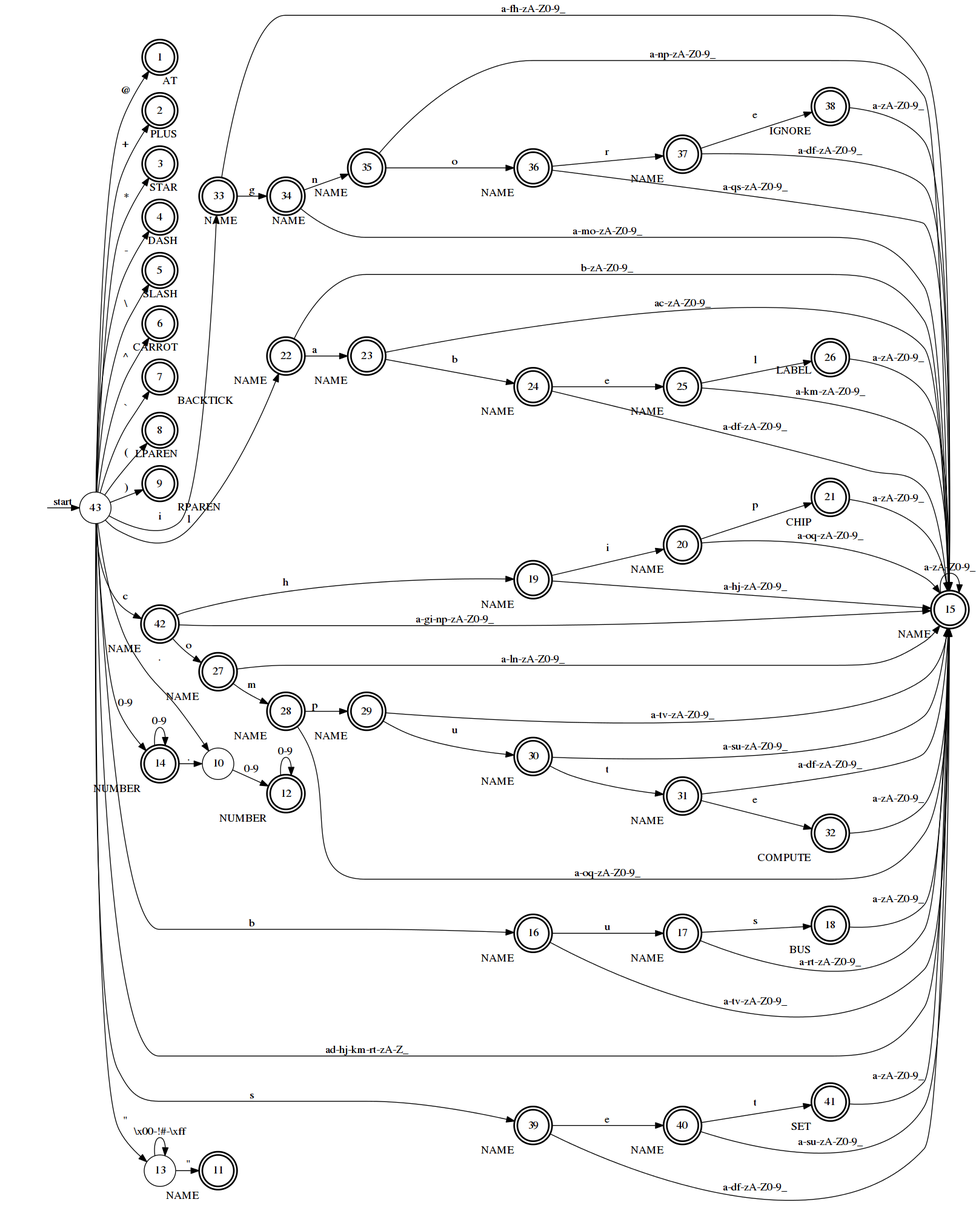
Earlier version of the Graphviz export hackthology/content/images/dfa.png (timtadh/hackthology). Its source is kept beside it as hackthology/content/images/dfa.dot.
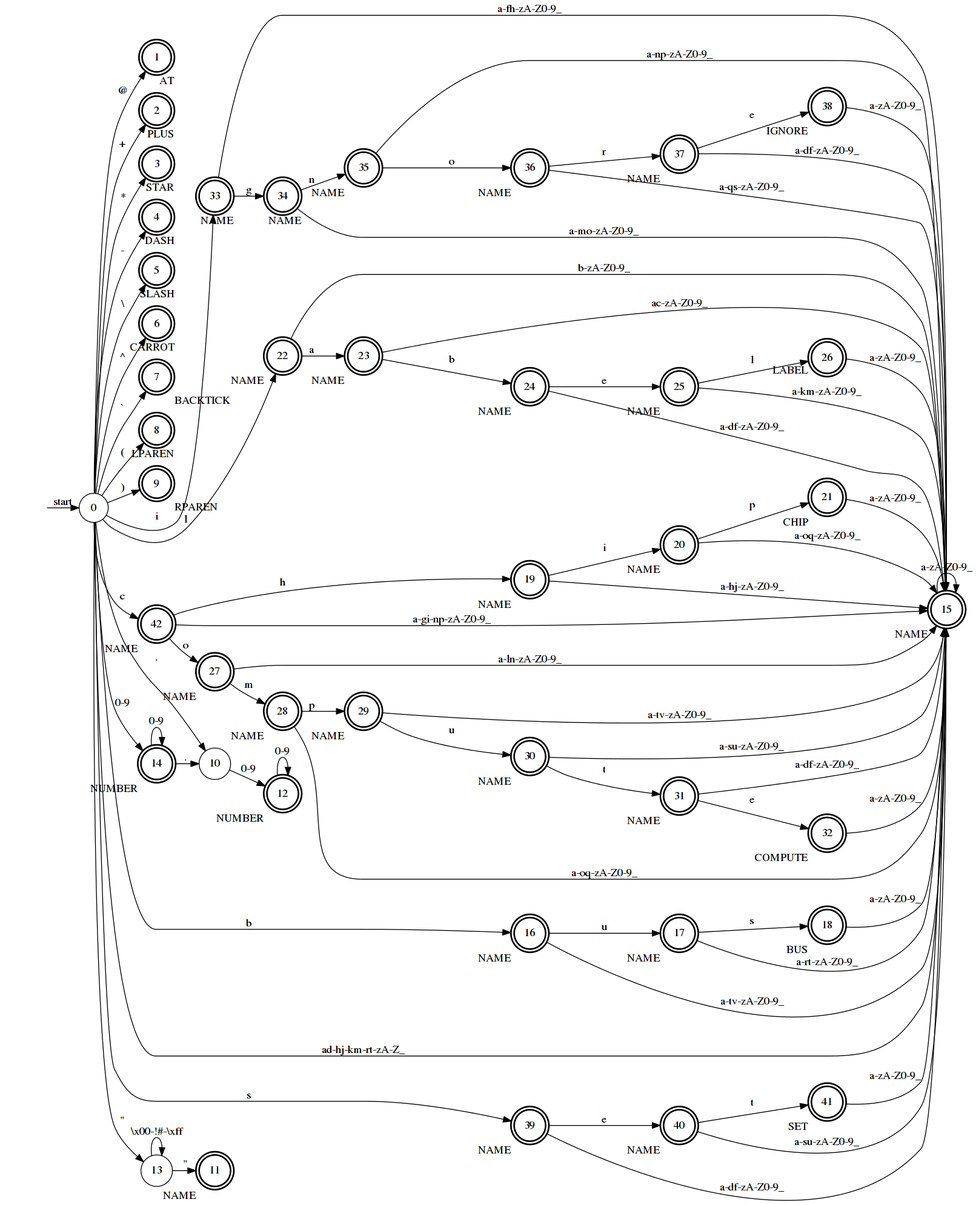
Later version of the same file.

The edit, as a diff of the source:
```diff
@@ -4,7 +4,7 @@
 ranksep=.01
 node [shape=circle]
 start [shape="none", label=""]
-start -> 43 [label=start]
+start -> 0 [label=start]
 1 [style=bold, peripheries=2, xlabel="AT"]
 2 [style=bold, peripheries=2, xlabel="PLUS"]
 3 [style=bold, peripheries=2, xlabel="STAR"]
@@ -101,22 +101,22 @@
 42 -> 27 [label="o"]
 42 -> 15 [label="a-gi-np-zA-Z0-9_"]
 42 -> 19 [label="h"]
-43 -> 13 [label="\""]
-43 -> 10 [label="."]
-43 -> 8 [label="("]
-43 -> 1 [label="@"]
-43 -> 6 [label="^"]
-43 -> 33 [label="i"]
-43 -> 2 [label="+"]
-43 -> 4 [label="-"]
-43 -> 14 [label="0-9"]
-43 -> 5 [label=<\\>]
-43 -> 42 [label="c"]
-43 -> 22 [label="l"]
-43 -> 39 [label="s"]
-43 -> 9 [label=")"]
-43 -> 3 [label="*"]
-43 -> 15 [label="ad-hj-km-rt-zA-Z_"]
-43 -> 7 [label="`"]
-43 -> 16 [label="b"]
+0 -> 13 [label="\""]
+0 -> 10 [label="."]
+0 -> 8 [label="("]
+0 -> 1 [label="@"]
+0 -> 6 [label="^"]
+0 -> 33 [label="i"]
+0 -> 2 [label="+"]
+0 -> 4 [label="-"]
+0 -> 14 [label="0-9"]
+0 -> 5 [label=<\\>]
+0 -> 42 [label="c"]
+0 -> 22 [label="l"]
+0 -> 39 [label="s"]
+0 -> 9 [label=")"]
+0 -> 3 [label="*"]
+0 -> 15 [label="ad-hj-km-rt-zA-Z_"]
+0 -> 7 [label="`"]
+0 -> 16 [label="b"]
 }
```
